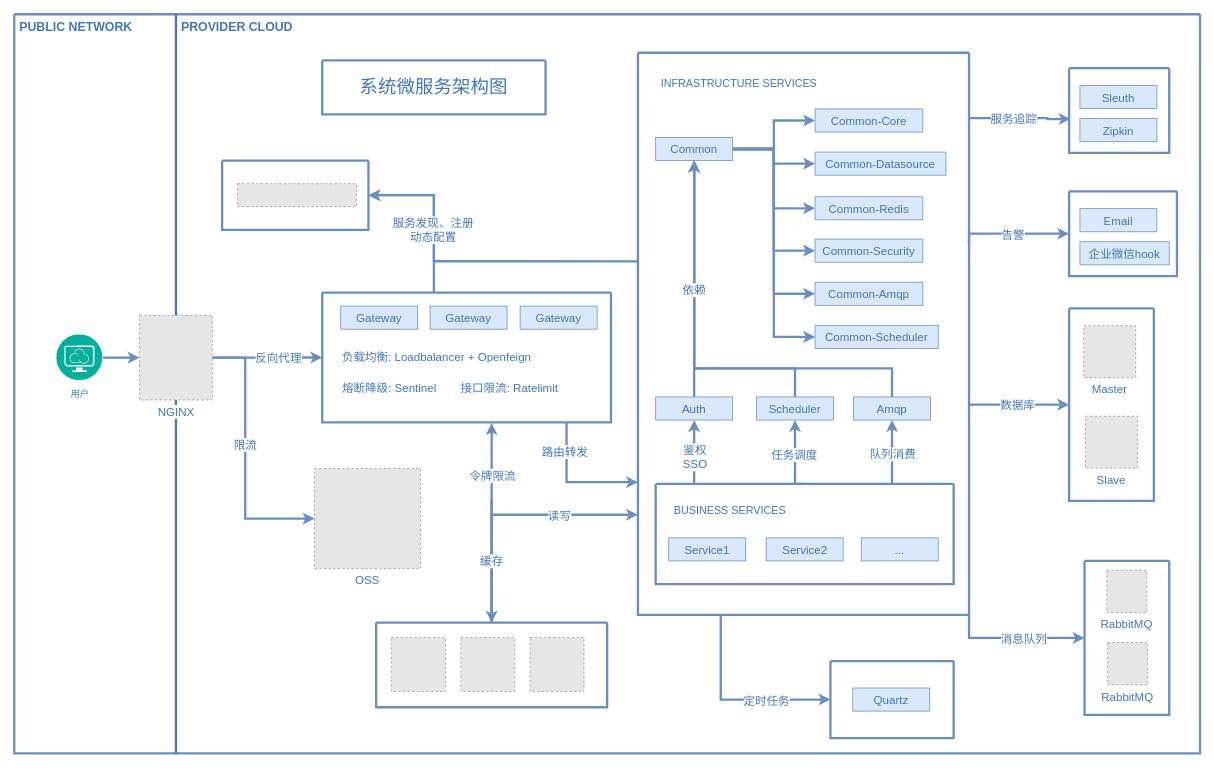
This is ms.drawio from vyuvlink/images, a draw.io file, before an edit. Source tidied: cells renumbered, new cells numbered last; positions are measured from the earlier drawing's top-left corner, leaving out a move shared by most shapes. Both pictures are drawn from the tidied source at 77%, with x=0, y=0 at pixel (14, 14). Pictures stored in the file or linked from it are replaced by grey dashed boxes.
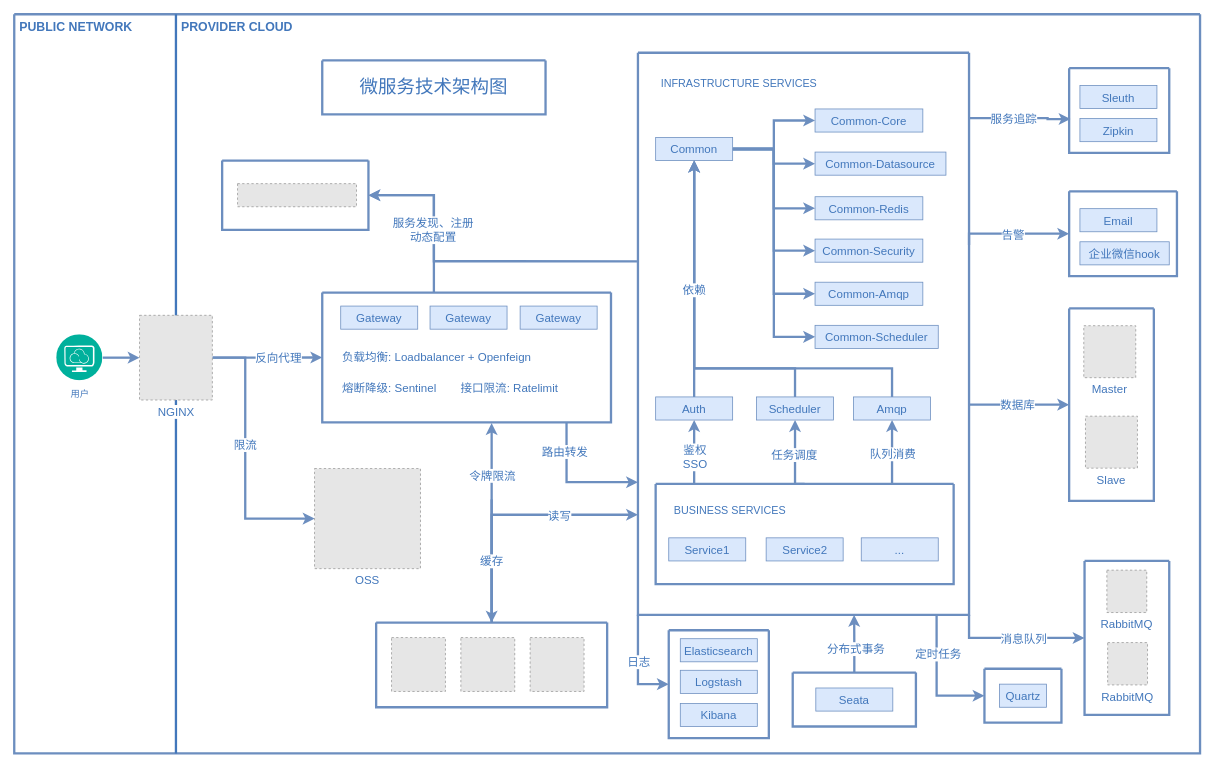
Above is the later version.

The change refers to these unchanged cells:
```xml
<mxCell id="2" style="swimlane;shadow=0;strokeColor=#6c8ebf;fillColor=#dae8fc;align=center;startSize=0;strokeWidth=3;" parent="1" vertex="1">
  <mxGeometry width="1540" height="960" as="geometry" />
</mxCell>
<mxCell id="32" style="swimlane;shadow=0;strokeColor=#6c8ebf;fillColor=#dae8fc;align=center;startSize=0;strokeWidth=3;" parent="2" vertex="1">
  <mxGeometry x="810" y="50" width="430" height="730" as="geometry" />
</mxCell>
<mxCell id="94" style="swimlane;shadow=0;strokeColor=#6c8ebf;fillColor=#dae8fc;align=center;startSize=0;strokeWidth=3;" parent="2" vertex="1">
  <mxGeometry x="400" y="60" width="290" height="70" as="geometry" />
</mxCell>
```

Change to the diagram source:
```diff
@@
-    <mxCell id="30" style="edgeStyle=orthogonalEdgeStyle;rounded=0;jettySize=auto;html=1;entryX=0;entryY=0.5;entryDx=0;entryDy=0;shadow=0;strokeColor=#6c8ebf;strokeWidth=3;align=center;verticalAlign=middle;fontFamily=Helvetica;fontSize=12;fontColor=default;fontStyle=1;labelBackgroundColor=default;startSize=0;endArrow=classic;fillColor=#dae8fc;exitX=0.25;exitY=1;exitDx=0;exitDy=0;" parent="2" edge="1" source="32" target="92">
+    <mxCell id="30" style="edgeStyle=orthogonalEdgeStyle;rounded=0;jettySize=auto;html=1;shadow=0;strokeColor=#6c8ebf;strokeWidth=3;align=center;verticalAlign=middle;fontFamily=Helvetica;fontSize=12;fontColor=default;fontStyle=1;labelBackgroundColor=default;startSize=0;endArrow=classic;fillColor=#dae8fc;exitX=0;exitY=1;exitDx=0;exitDy=0;entryX=0;entryY=0.5;entryDx=0;entryDy=0;" parent="2" edge="1" source="32" target="92">
       <mxGeometry relative="1" as="geometry">
         <Array as="points">
-          <mxPoint x="917" y="890" />
+          <mxPoint x="810" y="870" />
         </Array>
       </mxGeometry>
     </mxCell>
-    <mxCell id="31" value="&lt;font color=&quot;#4277bb&quot; style=&quot;font-size: 15px;&quot;&gt;定时任务&lt;/font&gt;" style="edgeLabel;html=1;align=center;verticalAlign=middle;" parent="30" vertex="1">
+    <mxCell id="31" value="&lt;font color=&quot;#4277bb&quot; style=&quot;font-size: 15px;&quot;&gt;日志&lt;/font&gt;" style="edgeLabel;html=1;align=center;verticalAlign=middle;" parent="30" vertex="1">
       <mxGeometry x="0.34" y="-1" relative="1" as="geometry">
-        <mxPoint y="-1" as="offset" />
+        <mxPoint x="1" y="-27" as="offset" />
       </mxGeometry>
     </mxCell>
@@
     <mxCell id="92" style="swimlane;shadow=0;strokeColor=#6c8ebf;fillColor=#dae8fc;align=center;startSize=0;strokeWidth=3;" parent="2" vertex="1">
-      <mxGeometry x="1060" y="840" width="160" height="100" as="geometry" />
+      <mxGeometry x="850" y="800" width="130" height="140" as="geometry" />
     </mxCell>
-    <mxCell id="93" value="Quartz" style="text;html=1;align=center;verticalAlign=middle;whiteSpace=wrap;rounded=0;fillColor=#dae8fc;strokeColor=#6c8ebf;perimeterSpacing=0;fontSize=15;fontColor=#4277BB;" parent="92" vertex="1">
-      <mxGeometry x="29" y="35" width="100" height="30" as="geometry" />
+    <mxCell id="93" value="Elasticsearch" style="text;html=1;align=center;verticalAlign=middle;whiteSpace=wrap;rounded=0;fillColor=#dae8fc;strokeColor=#6c8ebf;perimeterSpacing=0;fontSize=15;fontColor=#4277BB;" parent="92" vertex="1">
+      <mxGeometry x="15" y="11" width="100" height="30" as="geometry" />
     </mxCell>
+    <mxCell id="98" value="Kibana" style="text;html=1;align=center;verticalAlign=middle;whiteSpace=wrap;rounded=0;fillColor=#dae8fc;strokeColor=#6c8ebf;perimeterSpacing=0;fontSize=15;fontColor=#4277BB;" parent="92" vertex="1">
+      <mxGeometry x="15" y="95" width="100" height="30" as="geometry" />
+    </mxCell>
+    <mxCell id="99" value="Logstash" style="text;html=1;align=center;verticalAlign=middle;whiteSpace=wrap;rounded=0;fillColor=#dae8fc;strokeColor=#6c8ebf;perimeterSpacing=0;fontSize=15;fontColor=#4277BB;" parent="92" vertex="1">
+      <mxGeometry x="15" y="52" width="100" height="30" as="geometry" />
+    </mxCell>
@@
-    <mxCell id="95" value="&lt;font color=&quot;#4277bb&quot; style=&quot;font-size: 24px;&quot;&gt;系统微服务架构图&lt;/font&gt;" style="text;html=1;align=center;verticalAlign=middle;whiteSpace=wrap;rounded=0;" parent="94" vertex="1">
+    <mxCell id="95" value="&lt;span style=&quot;color: rgb(66, 119, 187); font-size: 24px;&quot;&gt;微服务&lt;/span&gt;&lt;font color=&quot;#4277bb&quot; style=&quot;font-size: 24px;&quot;&gt;技术架构图&lt;/font&gt;" style="text;html=1;align=center;verticalAlign=middle;whiteSpace=wrap;rounded=0;" parent="94" vertex="1">
       <mxGeometry x="45" y="17.2" width="200" height="35.5" as="geometry" />
     </mxCell>
@@
+    <mxCell id="100" style="swimlane;shadow=0;strokeColor=#6c8ebf;fillColor=#dae8fc;align=center;startSize=0;strokeWidth=3;" parent="2" vertex="1">
+      <mxGeometry x="1260" y="850" width="100" height="70" as="geometry" />
+    </mxCell>
+    <mxCell id="101" value="Quartz" style="text;html=1;align=center;verticalAlign=middle;whiteSpace=wrap;rounded=0;fillColor=#dae8fc;strokeColor=#6c8ebf;perimeterSpacing=0;fontSize=15;fontColor=#4277BB;" parent="100" vertex="1">
+      <mxGeometry x="19.5" y="20" width="61" height="30" as="geometry" />
+    </mxCell>
+    <mxCell id="102" style="edgeStyle=orthogonalEdgeStyle;rounded=0;jettySize=auto;html=1;entryX=0;entryY=0.5;entryDx=0;entryDy=0;shadow=0;strokeColor=#6c8ebf;strokeWidth=3;align=center;verticalAlign=middle;fontFamily=Helvetica;fontSize=12;fontColor=default;fontStyle=1;labelBackgroundColor=default;startSize=0;endArrow=classic;fillColor=#dae8fc;exitX=0.902;exitY=1;exitDx=0;exitDy=0;exitPerimeter=0;" parent="2" edge="1" source="32" target="100">
+      <mxGeometry relative="1" as="geometry" />
+    </mxCell>
+    <mxCell id="103" value="&lt;font color=&quot;#4277bb&quot; style=&quot;font-size: 15px;&quot;&gt;定时任务&lt;/font&gt;" style="edgeLabel;html=1;align=center;verticalAlign=middle;" parent="102" vertex="1">
+      <mxGeometry x="0.34" y="-1" relative="1" as="geometry">
+        <mxPoint x="-5" y="-56" as="offset" />
+      </mxGeometry>
+    </mxCell>
+    <mxCell id="104" style="swimlane;shadow=0;strokeColor=#6c8ebf;fillColor=#dae8fc;align=center;startSize=0;strokeWidth=3;" parent="2" vertex="1">
+      <mxGeometry x="1011" y="855" width="160" height="70" as="geometry" />
+    </mxCell>
+    <mxCell id="105" value="Seata" style="text;html=1;align=center;verticalAlign=middle;whiteSpace=wrap;rounded=0;fillColor=#dae8fc;strokeColor=#6c8ebf;perimeterSpacing=0;fontSize=15;fontColor=#4277BB;" parent="104" vertex="1">
+      <mxGeometry x="30" y="20" width="100" height="30" as="geometry" />
+    </mxCell>
+    <mxCell id="106" style="edgeStyle=orthogonalEdgeStyle;rounded=0;jettySize=auto;html=1;entryX=0.653;entryY=1;entryDx=0;entryDy=0;entryPerimeter=0;shadow=0;strokeColor=#6c8ebf;strokeWidth=3;align=center;verticalAlign=middle;fontFamily=Helvetica;fontSize=12;fontColor=default;fontStyle=1;labelBackgroundColor=default;startSize=0;endArrow=classic;fillColor=#dae8fc;" parent="2" edge="1" source="104" target="32">
+      <mxGeometry relative="1" as="geometry" />
+    </mxCell>
+    <mxCell id="107" value="&lt;font color=&quot;#4277bb&quot; style=&quot;font-size: 15px;&quot;&gt;分布式事务&lt;/font&gt;" style="edgeLabel;html=1;align=center;verticalAlign=middle;" parent="106" vertex="1">
+      <mxGeometry x="-0.14" y="-1" relative="1" as="geometry" />
+    </mxCell>
```
